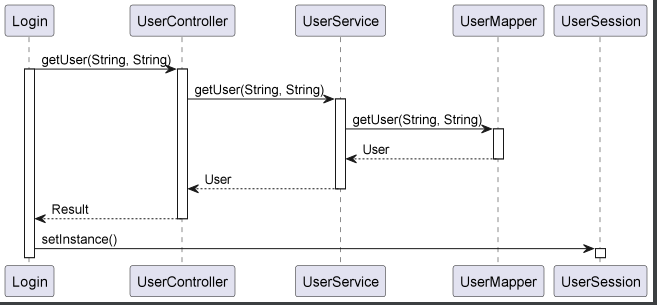
leidZhang/Nutrifit keeps this PlantUML diagram as doc/seq-image/login.png. Above is the earlier version. Its source is kept beside it as doc/seq/login.puml.
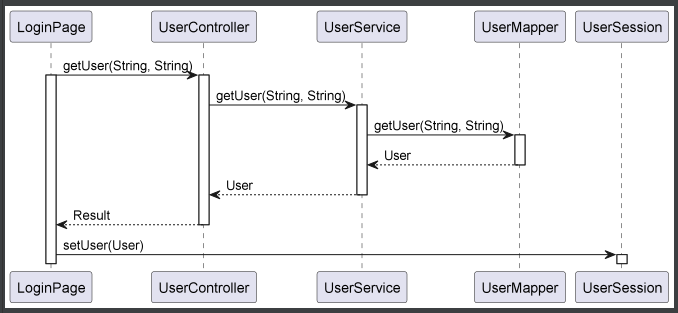
The same file after the commit.

Diff of the diagram source:
```diff
@@ -1,6 +1,6 @@
 @startuml
-Login -> UserController: getUser(String, String)
-activate Login
+LoginPage -> UserController: getUser(String, String)
+activate LoginPage
 activate UserController
 
 UserController -> UserService: getUser(String, String)
@@ -15,9 +15,9 @@
 UserService --> UserController: User
 deactivate UserService
 
-UserController --> Login: Result
+UserController --> LoginPage: Result
 deactivate UserController
 
-Login -> UserSession: setInstance()
+LoginPage -> UserSession: setUser(User)
 activate UserSession
 @enduml
```
